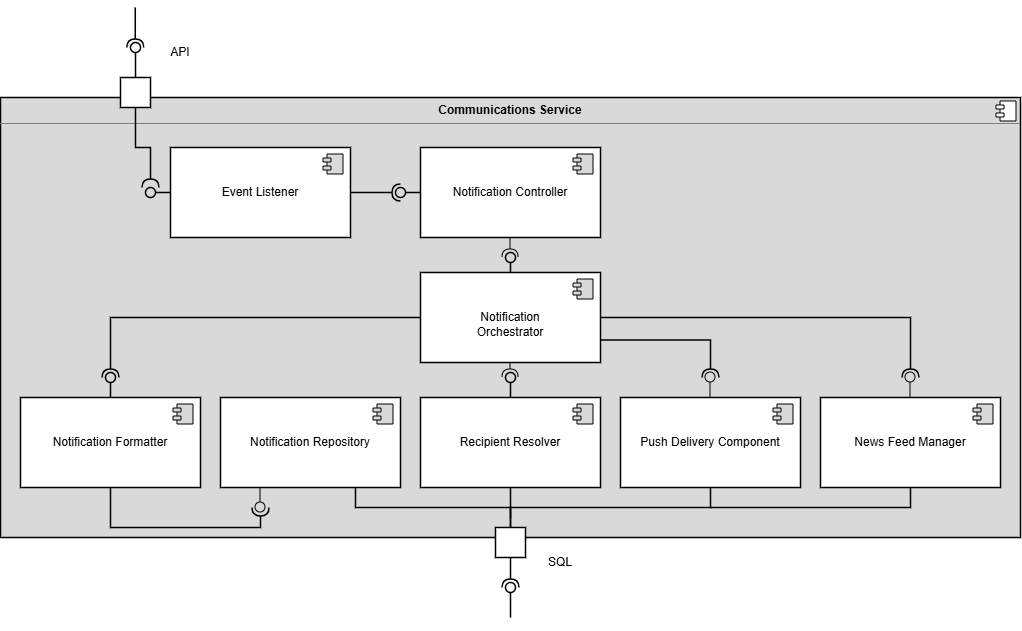
Before: 04_QA_Review/Approved/Milestone_1_Component_Diagram/T6_Final_Subdiagram_CommunicationServices_Component.drawio.png, a diagram exported from draw.io (JmmonJeremy/CareerBound-SDD). Source tidied: cells renumbered, new cells last; positions are measured from the earlier drawing's top-left corner, leaving out a move shared by most shapes.
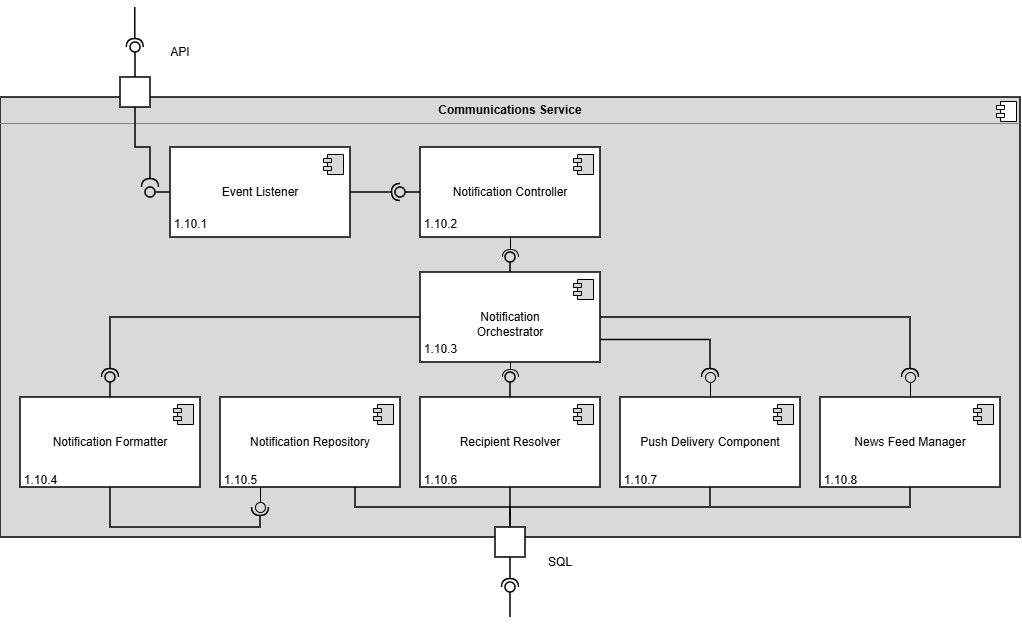
The same diagram one commit later.

What changed in the source:
```diff
@@ -233,5 +233,29 @@
     <mxCell id="52" value="SQL" style="text;html=1;whiteSpace=wrap;strokeColor=none;fillColor=none;align=center;verticalAlign=middle;rounded=0;" parent="1" vertex="1">
       <mxGeometry x="530" y="540" width="60" height="30" as="geometry" />
     </mxCell>
+    <mxCell id="53" value="&lt;span style=&quot;font-weight: normal;&quot;&gt;1.10.1&lt;/span&gt;" style="text;align=center;fontStyle=1;verticalAlign=middle;spacingLeft=3;spacingRight=3;strokeColor=none;html=1;" parent="1" vertex="1">
+      <mxGeometry x="150" y="204" width="80" height="26" as="geometry" />
+    </mxCell>
+    <mxCell id="54" value="&lt;span style=&quot;font-weight: normal;&quot;&gt;1.10.2&lt;/span&gt;" style="text;align=center;fontStyle=1;verticalAlign=middle;spacingLeft=3;spacingRight=3;strokeColor=none;html=1;" parent="1" vertex="1">
+      <mxGeometry x="400" y="204" width="80" height="26" as="geometry" />
+    </mxCell>
+    <mxCell id="55" value="&lt;span style=&quot;font-weight: normal;&quot;&gt;1.10.3&lt;/span&gt;" style="text;align=center;fontStyle=1;verticalAlign=middle;spacingLeft=3;spacingRight=3;strokeColor=none;html=1;" parent="1" vertex="1">
+      <mxGeometry x="400" y="329" width="80" height="26" as="geometry" />
+    </mxCell>
+    <mxCell id="56" value="&lt;span style=&quot;font-weight: normal;&quot;&gt;1.10.4&lt;/span&gt;" style="text;align=center;fontStyle=1;verticalAlign=middle;spacingLeft=3;spacingRight=3;strokeColor=none;html=1;" parent="1" vertex="1">
+      <mxGeometry y="460" width="80" height="26" as="geometry" />
+    </mxCell>
+    <mxCell id="57" value="&lt;span style=&quot;font-weight: normal;&quot;&gt;1.10.5&lt;/span&gt;" style="text;align=center;fontStyle=1;verticalAlign=middle;spacingLeft=3;spacingRight=3;strokeColor=none;html=1;" parent="1" vertex="1">
+      <mxGeometry x="200" y="460" width="80" height="26" as="geometry" />
+    </mxCell>
+    <mxCell id="58" value="&lt;span style=&quot;font-weight: normal;&quot;&gt;1.10.6&lt;/span&gt;" style="text;align=center;fontStyle=1;verticalAlign=middle;spacingLeft=3;spacingRight=3;strokeColor=none;html=1;" parent="1" vertex="1">
+      <mxGeometry x="400" y="460" width="80" height="26" as="geometry" />
+    </mxCell>
+    <mxCell id="59" value="&lt;span style=&quot;font-weight: normal;&quot;&gt;1.10.7&lt;/span&gt;" style="text;align=center;fontStyle=1;verticalAlign=middle;spacingLeft=3;spacingRight=3;strokeColor=none;html=1;" parent="1" vertex="1">
+      <mxGeometry x="600" y="460" width="80" height="26" as="geometry" />
+    </mxCell>
+    <mxCell id="60" value="&lt;span style=&quot;font-weight: normal;&quot;&gt;1.10.8&lt;/span&gt;" style="text;align=center;fontStyle=1;verticalAlign=middle;spacingLeft=3;spacingRight=3;strokeColor=none;html=1;" parent="1" vertex="1">
+      <mxGeometry x="800" y="460" width="80" height="26" as="geometry" />
+    </mxCell>
   </root>
 </mxGraphModel>
```
